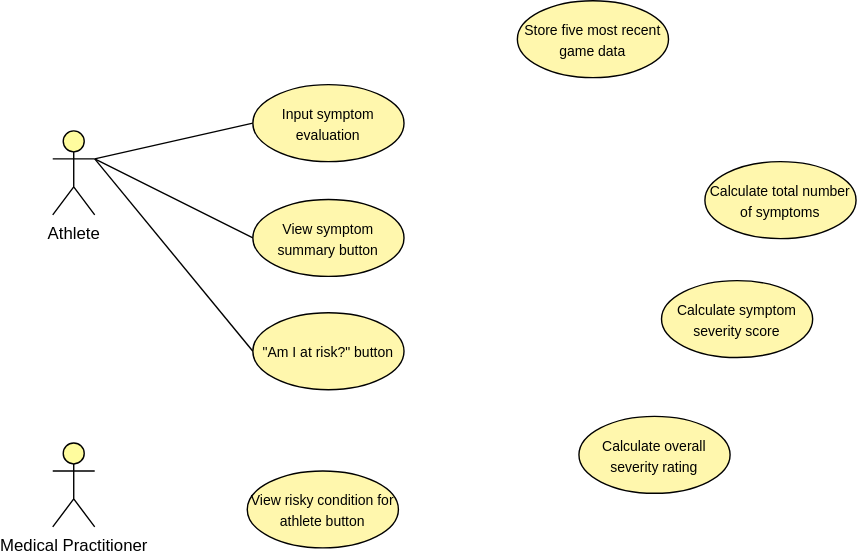
Awesomenaut/Sport-Concussion-Assessment-System-Project keeps this draw.io diagram as Use Case.drawio.svg. Above is the earlier version. Source tidied: cells renumbered, new cells last; positions are measured from the earlier drawing's top-left corner, leaving out a move shared by most shapes.
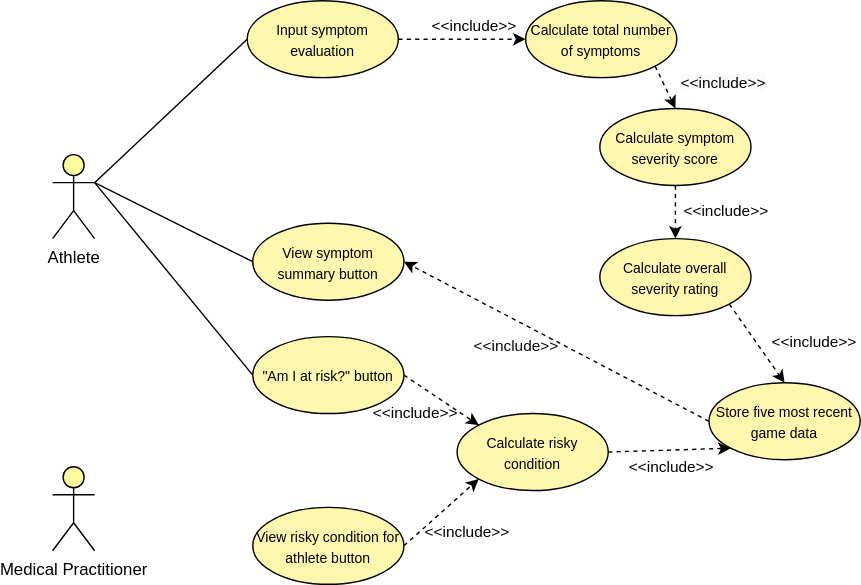
Later version of the same file.

The edit, as a diff of the source:
```diff
@@ -12,34 +12,96 @@
       <mxGeometry relative="1" as="geometry" />
     </mxCell>
     <mxCell id="5" value="&lt;font color=&quot;#000000&quot;&gt;Athlete&lt;/font&gt;" style="shape=umlActor;verticalLabelPosition=bottom;verticalAlign=top;html=1;outlineConnect=0;fillColor=#FFFC9E;strokeColor=#000000;shadow=0;gradientColor=none;" parent="1" vertex="1">
-      <mxGeometry y="93" width="30" height="60" as="geometry" />
+      <mxGeometry x="-8" y="161" width="30" height="60" as="geometry" />
     </mxCell>
     <mxCell id="6" value="&lt;font color=&quot;#000000&quot;&gt;Medical Practitioner&lt;br&gt;&lt;/font&gt;" style="shape=umlActor;verticalLabelPosition=bottom;verticalAlign=top;html=1;fillColor=#FFFC9E;strokeColor=#000000;shadow=0;gradientColor=none;" parent="1" vertex="1">
-      <mxGeometry y="316" width="30" height="60" as="geometry" />
+      <mxGeometry x="-8" y="384" width="30" height="60" as="geometry" />
     </mxCell>
+    <mxCell id="15" style="edgeStyle=none;shape=connector;rounded=0;jettySize=auto;html=1;exitX=1;exitY=0.5;exitDx=0;exitDy=0;entryX=0;entryY=0.5;entryDx=0;entryDy=0;labelBackgroundColor=default;strokeColor=#000000;fontFamily=Helvetica;fontSize=11;fontColor=default;endArrow=classic;endFill=1;dashed=1;" parent="1" edge="1" source="7" target="10">
+      <mxGeometry relative="1" as="geometry" />
+    </mxCell>
+    <mxCell id="16" value="&amp;lt;&amp;lt;include&amp;gt;&amp;gt;" style="edgeLabel;html=1;align=center;verticalAlign=middle;fontSize=11;fontFamily=Helvetica;fontColor=#000000;labelBackgroundColor=none;" parent="15" vertex="1">
+      <mxGeometry x="0.48" y="2" relative="1" as="geometry">
+        <mxPoint x="-15" y="-8" as="offset" />
+      </mxGeometry>
+    </mxCell>
     <mxCell id="7" value="&lt;font style=&quot;font-size: 10px;&quot; color=&quot;#000000&quot;&gt;Input symptom evaluation&lt;/font&gt;" style="ellipse;whiteSpace=wrap;html=1;fillColor=#FFF7AD;gradientColor=none;strokeColor=#000000;" parent="1" vertex="1">
-      <mxGeometry x="143" y="60" width="108" height="55" as="geometry" />
+      <mxGeometry x="131" y="51" width="108" height="55" as="geometry" />
     </mxCell>
+    <mxCell id="17" style="edgeStyle=none;shape=connector;rounded=0;jettySize=auto;html=1;exitX=0;exitY=0.5;exitDx=0;exitDy=0;entryX=1;entryY=0.5;entryDx=0;entryDy=0;dashed=1;labelBackgroundColor=default;strokeColor=#000000;fontFamily=Helvetica;fontSize=11;fontColor=default;endArrow=classic;endFill=1;" parent="1" edge="1" source="8" target="9">
+      <mxGeometry relative="1" as="geometry" />
+    </mxCell>
+    <mxCell id="18" value="&amp;lt;&amp;lt;include&amp;gt;&amp;gt;" style="edgeLabel;html=1;align=center;verticalAlign=middle;fontSize=11;fontFamily=Helvetica;fontColor=#0A0A0A;labelBackgroundColor=none;" parent="17" vertex="1">
+      <mxGeometry x="-0.16" y="-3" relative="1" as="geometry">
+        <mxPoint x="-48" y="-3" as="offset" />
+      </mxGeometry>
+    </mxCell>
     <mxCell id="8" value="&lt;font style=&quot;font-size: 10px;&quot; color=&quot;#000000&quot;&gt;Store five most recent game data&lt;/font&gt;" style="ellipse;whiteSpace=wrap;html=1;fillColor=#FFF7AD;gradientColor=none;strokeColor=#000000;" parent="1" vertex="1">
-      <mxGeometry x="332" width="108" height="55" as="geometry" />
+      <mxGeometry x="461" y="324" width="108" height="55" as="geometry" />
     </mxCell>
     <mxCell id="9" value="&lt;font color=&quot;#000000&quot;&gt;&lt;font style=&quot;font-size: 10px;&quot;&gt;View symptom summary button&lt;/font&gt;&lt;br&gt;&lt;/font&gt;" style="ellipse;whiteSpace=wrap;html=1;fillColor=#FFF7AD;gradientColor=none;strokeColor=#000000;" parent="1" vertex="1">
-      <mxGeometry x="143" y="142" width="108" height="55" as="geometry" />
+      <mxGeometry x="135" y="210" width="108" height="55" as="geometry" />
     </mxCell>
+    <mxCell id="19" value="&lt;font style=&quot;background-color: rgb(250, 250, 250);&quot; color=&quot;#000000&quot;&gt;&amp;lt;&amp;lt;include&amp;gt;&amp;gt;&lt;/font&gt;" style="edgeStyle=none;shape=connector;rounded=0;jettySize=auto;html=1;exitX=1;exitY=1;exitDx=0;exitDy=0;entryX=0.5;entryY=0;entryDx=0;entryDy=0;dashed=1;labelBackgroundColor=default;strokeColor=#000000;fontFamily=Helvetica;fontSize=11;fontColor=default;endArrow=classic;endFill=1;" parent="1" edge="1" source="10" target="11">
+      <mxGeometry x="0.91" y="38" relative="1" as="geometry" />
+    </mxCell>
     <mxCell id="10" value="&lt;font color=&quot;#000000&quot;&gt;&lt;font style=&quot;font-size: 10px;&quot;&gt;Calculate total number of symptoms&lt;/font&gt;&lt;br&gt;&lt;/font&gt;" style="ellipse;whiteSpace=wrap;html=1;fillColor=#FFF7AD;gradientColor=none;strokeColor=#000000;" parent="1" vertex="1">
-      <mxGeometry x="466" y="115" width="108" height="55" as="geometry" />
+      <mxGeometry x="330" y="51" width="108" height="55" as="geometry" />
     </mxCell>
+    <mxCell id="20" style="edgeStyle=none;shape=connector;rounded=0;jettySize=auto;html=1;exitX=0.5;exitY=1;exitDx=0;exitDy=0;entryX=0.5;entryY=0;entryDx=0;entryDy=0;dashed=1;labelBackgroundColor=none;strokeColor=#000000;fontFamily=Helvetica;fontSize=11;fontColor=default;endArrow=classic;endFill=1;" parent="1" edge="1" source="11" target="12">
+      <mxGeometry relative="1" as="geometry" />
+    </mxCell>
+    <mxCell id="21" value="&amp;lt;&amp;lt;include&amp;gt;&amp;gt;" style="edgeLabel;html=1;align=center;verticalAlign=middle;fontSize=11;fontFamily=Helvetica;fontColor=#000000;labelBackgroundColor=none;" parent="20" vertex="1">
+      <mxGeometry x="0.34" relative="1" as="geometry">
+        <mxPoint x="35" y="-9" as="offset" />
+      </mxGeometry>
+    </mxCell>
     <mxCell id="11" value="&lt;font color=&quot;#000000&quot;&gt;&lt;span style=&quot;font-size: 10px;&quot;&gt;Calculate symptom severity score&lt;/span&gt;&lt;br&gt;&lt;/font&gt;" style="ellipse;whiteSpace=wrap;html=1;fillColor=#FFF7AD;gradientColor=none;strokeColor=#000000;" parent="1" vertex="1">
-      <mxGeometry x="435" y="200" width="108" height="55" as="geometry" />
+      <mxGeometry x="383" y="128" width="108" height="55" as="geometry" />
     </mxCell>
+    <mxCell id="22" style="edgeStyle=none;shape=connector;rounded=0;jettySize=auto;html=1;exitX=1;exitY=1;exitDx=0;exitDy=0;entryX=0.5;entryY=0;entryDx=0;entryDy=0;dashed=1;labelBackgroundColor=default;strokeColor=#000000;fontFamily=Helvetica;fontSize=11;fontColor=default;endArrow=classic;endFill=1;" parent="1" edge="1" source="12" target="8">
+      <mxGeometry relative="1" as="geometry" />
+    </mxCell>
+    <mxCell id="23" value="&amp;lt;&amp;lt;include&amp;gt;&amp;gt;" style="edgeLabel;html=1;align=center;verticalAlign=middle;fontSize=11;fontFamily=Helvetica;fontColor=#000000;labelBackgroundColor=none;" parent="22" vertex="1">
+      <mxGeometry x="0.19" y="-2" relative="1" as="geometry">
+        <mxPoint x="38" y="-8" as="offset" />
+      </mxGeometry>
+    </mxCell>
     <mxCell id="12" value="&lt;font color=&quot;#000000&quot;&gt;&lt;span style=&quot;font-size: 10px;&quot;&gt;Calculate overall severity rating&lt;/span&gt;&lt;br&gt;&lt;/font&gt;" style="ellipse;whiteSpace=wrap;html=1;fillColor=#FFF7AD;gradientColor=none;strokeColor=#000000;" parent="1" vertex="1">
-      <mxGeometry x="376" y="297" width="108" height="55" as="geometry" />
+      <mxGeometry x="383" y="221" width="108" height="55" as="geometry" />
     </mxCell>
+    <mxCell id="24" style="edgeStyle=none;shape=connector;rounded=0;jettySize=auto;html=1;exitX=1;exitY=0.5;exitDx=0;exitDy=0;entryX=0;entryY=1;entryDx=0;entryDy=0;dashed=1;labelBackgroundColor=default;strokeColor=#000000;fontFamily=Helvetica;fontSize=11;fontColor=default;endArrow=classic;endFill=1;" parent="1" edge="1" source="13" target="30">
+      <mxGeometry relative="1" as="geometry" />
+    </mxCell>
+    <mxCell id="25" value="&amp;lt;&amp;lt;include&amp;gt;&amp;gt;" style="edgeLabel;html=1;align=center;verticalAlign=middle;fontSize=11;fontFamily=Helvetica;fontColor=#000000;labelBackgroundColor=none;" parent="24" vertex="1">
+      <mxGeometry x="0.27" y="1" relative="1" as="geometry">
+        <mxPoint x="12" y="21" as="offset" />
+      </mxGeometry>
+    </mxCell>
     <mxCell id="13" value="&lt;font color=&quot;#000000&quot;&gt;&lt;font style=&quot;font-size: 10px;&quot;&gt;View risky condition for athlete button&lt;/font&gt;&lt;br&gt;&lt;/font&gt;" style="ellipse;whiteSpace=wrap;html=1;fillColor=#FFF7AD;gradientColor=none;strokeColor=#000000;" parent="1" vertex="1">
-      <mxGeometry x="139" y="336" width="108" height="55" as="geometry" />
+      <mxGeometry x="135" y="413" width="108" height="55" as="geometry" />
     </mxCell>
+    <mxCell id="26" style="edgeStyle=none;shape=connector;rounded=0;jettySize=auto;html=1;exitX=1;exitY=0.5;exitDx=0;exitDy=0;entryX=0;entryY=0;entryDx=0;entryDy=0;dashed=1;labelBackgroundColor=default;strokeColor=#000000;fontFamily=Helvetica;fontSize=11;fontColor=default;endArrow=classic;endFill=1;" parent="1" edge="1" source="14" target="30">
+      <mxGeometry relative="1" as="geometry" />
+    </mxCell>
+    <mxCell id="27" value="&amp;lt;&amp;lt;include&amp;gt;&amp;gt;" style="edgeLabel;html=1;align=center;verticalAlign=middle;fontSize=11;fontFamily=Helvetica;fontColor=#000000;labelBackgroundColor=none;" parent="26" vertex="1">
+      <mxGeometry x="0.28" y="1" relative="1" as="geometry">
+        <mxPoint x="-27" y="5" as="offset" />
+      </mxGeometry>
+    </mxCell>
     <mxCell id="14" value="&lt;font color=&quot;#000000&quot;&gt;&lt;span style=&quot;font-size: 10px;&quot;&gt;&quot;Am I at risk?&quot; button&lt;/span&gt;&lt;br&gt;&lt;/font&gt;" style="ellipse;whiteSpace=wrap;html=1;fillColor=#FFF7AD;gradientColor=none;strokeColor=#000000;" parent="1" vertex="1">
-      <mxGeometry x="143" y="223" width="108" height="55" as="geometry" />
+      <mxGeometry x="135" y="291" width="108" height="55" as="geometry" />
     </mxCell>
+    <mxCell id="28" style="edgeStyle=none;shape=connector;rounded=0;jettySize=auto;html=1;exitX=1;exitY=0.5;exitDx=0;exitDy=0;entryX=0;entryY=1;entryDx=0;entryDy=0;dashed=1;labelBackgroundColor=default;strokeColor=#000000;fontFamily=Helvetica;fontSize=11;fontColor=default;endArrow=classic;endFill=1;" parent="1" edge="1" source="30" target="8">
+      <mxGeometry relative="1" as="geometry" />
+    </mxCell>
+    <mxCell id="29" value="&amp;lt;&amp;lt;include&amp;gt;&amp;gt;" style="edgeLabel;html=1;align=center;verticalAlign=middle;fontSize=11;fontFamily=Helvetica;fontColor=#000000;labelBackgroundColor=none;" parent="28" vertex="1">
+      <mxGeometry x="0.41" y="1" relative="1" as="geometry">
+        <mxPoint x="-17" y="13" as="offset" />
+      </mxGeometry>
+    </mxCell>
+    <mxCell id="30" value="&lt;font color=&quot;#000000&quot;&gt;&lt;span style=&quot;font-size: 10px;&quot;&gt;Calculate risky condition&lt;/span&gt;&lt;br&gt;&lt;/font&gt;" style="ellipse;whiteSpace=wrap;html=1;fillColor=#FFF7AD;gradientColor=none;strokeColor=#000000;" parent="1" vertex="1">
+      <mxGeometry x="281" y="346" width="108" height="55" as="geometry" />
+    </mxCell>
   </root>
 </mxGraphModel>
```
